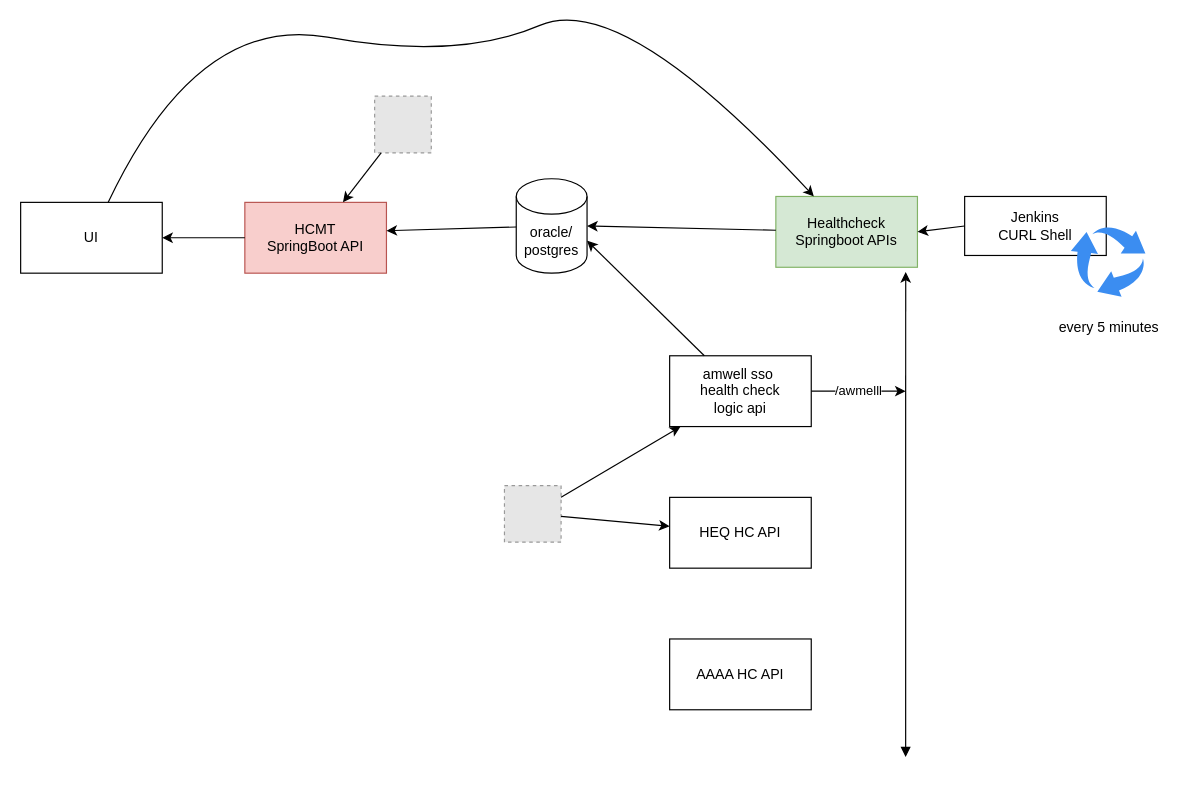
Before: HCMT.drawio in sanjaipk/Application-Architecture, a draw.io diagram. Source tidied: cells renumbered, new cells numbered last; positions are measured from the earlier drawing's top-left corner, leaving out a move shared by most shapes. Both pictures are drawn from the tidied source at 118%, with x=0, y=0 at pixel (20, -11). Pictures stored in the file or linked from it are replaced by grey dashed boxes.
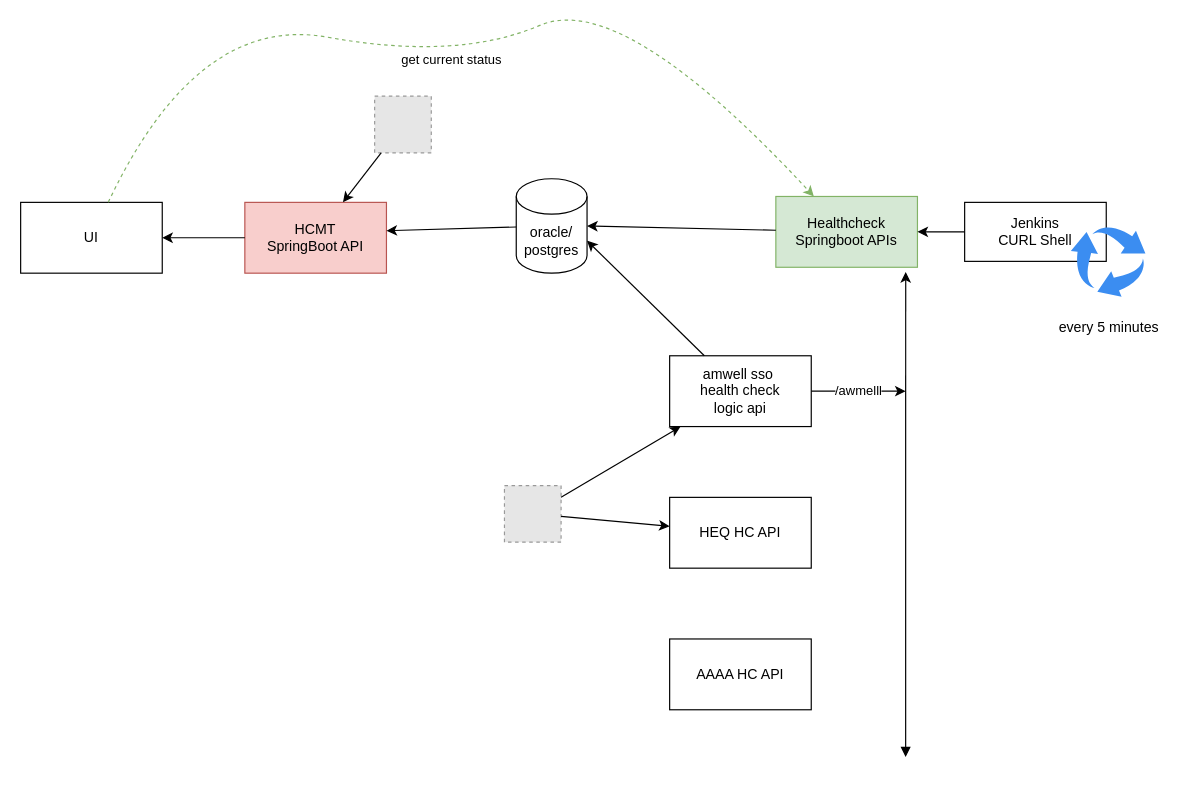
After the change.

Unchanged cells that the change refers to:
```xml
<mxCell id="2" value="UI" style="rounded=0;whiteSpace=wrap;html=1;" parent="1" vertex="1">
  <mxGeometry y="180" width="120" height="60" as="geometry" />
</mxCell>
<mxCell id="4" value="Healthcheck Springboot APIs" style="rounded=0;whiteSpace=wrap;html=1;fillColor=#d5e8d4;strokeColor=#82b366;" parent="1" vertex="1">
  <mxGeometry x="640" y="175" width="120" height="60" as="geometry" />
</mxCell>
```

Change to the diagram source:
```diff
@@
     <mxCell id="11" value="Jenkins&lt;br&gt;CURL Shell" style="rounded=0;whiteSpace=wrap;html=1;" parent="1" vertex="1">
-      <mxGeometry x="800" y="175" width="120" height="50" as="geometry" />
+      <mxGeometry x="800" y="180" width="120" height="50" as="geometry" />
     </mxCell>
@@
-    <mxCell id="19" style="curved=1;endArrow=classic;html=1;rounded=0;" parent="1" edge="1" source="2" target="4">
+    <mxCell id="19" value="get current status" style="curved=1;endArrow=classic;html=1;rounded=0;fillColor=#d5e8d4;strokeColor=#82b366;dashed=1;" parent="1" edge="1" source="2" target="4">
       <mxGeometry relative="1" as="geometry">
         <Array as="points">
           <mxPoint x="150" y="20" />
           <mxPoint x="370" y="60" />
           <mxPoint x="510" />
         </Array>
       </mxGeometry>
     </mxCell>
```
